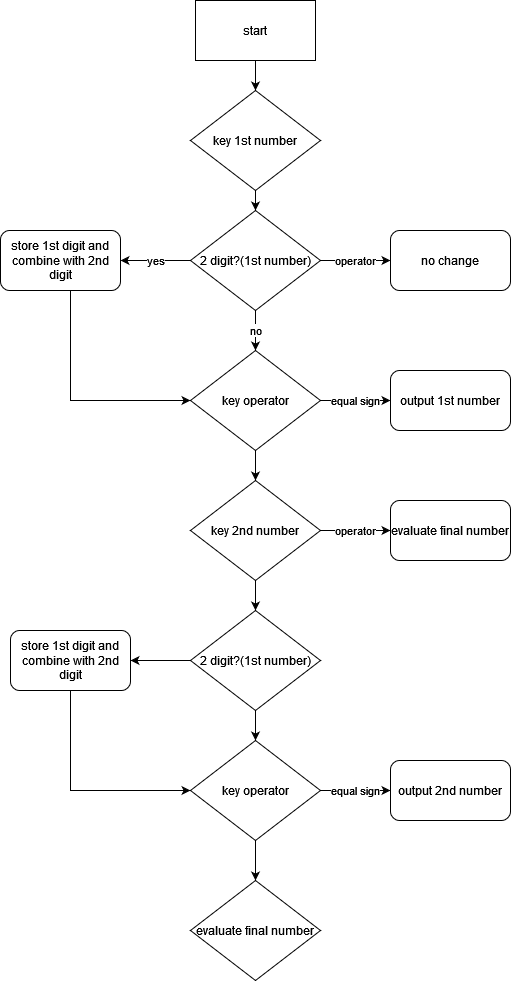
Earlier version of the draw.io export Calculator flowchart.drawio.png (ALdente95/calculator). Source tidied: cells renumbered, new cells last; positions are measured from the earlier drawing's top-left corner, leaving out a move shared by most shapes.
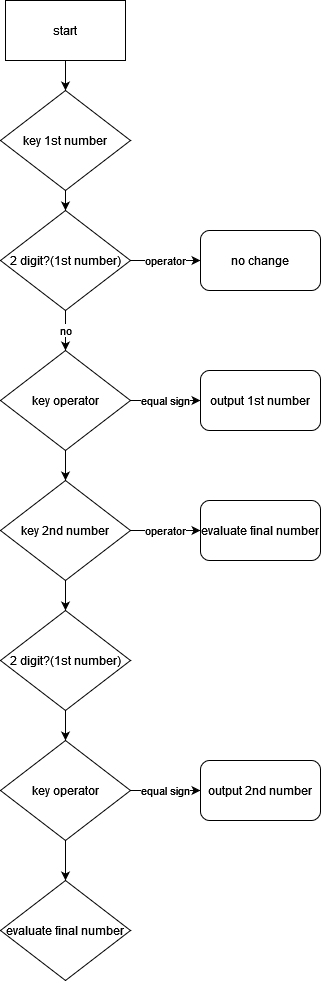
The same file after the commit.

Change to the diagram source:
```diff
@@ -14,9 +14,6 @@
     <mxCell id="5" value="key 1st number" style="rhombus;whiteSpace=wrap;html=1;" parent="1" vertex="1">
       <mxGeometry x="190" y="90" width="130" height="100" as="geometry" />
     </mxCell>
-    <mxCell id="6" value="yes" style="edgeStyle=orthogonalEdgeStyle;rounded=0;jettySize=auto;html=1;entryX=1;entryY=0.5;entryDx=0;entryDy=0;" parent="1" edge="1" source="9" target="11">
-      <mxGeometry relative="1" as="geometry" />
-    </mxCell>
     <mxCell id="7" value="no" style="edgeStyle=orthogonalEdgeStyle;rounded=0;jettySize=auto;html=1;" parent="1" edge="1" source="9" target="14">
       <mxGeometry relative="1" as="geometry" />
     </mxCell>
@@ -26,16 +23,6 @@
     <mxCell id="9" value="2 digit?(1st number)" style="rhombus;whiteSpace=wrap;html=1;" parent="1" vertex="1">
       <mxGeometry x="190" y="210" width="130" height="100" as="geometry" />
     </mxCell>
-    <mxCell id="10" style="edgeStyle=orthogonalEdgeStyle;rounded=0;jettySize=auto;html=1;entryX=0;entryY=0.5;entryDx=0;entryDy=0;" parent="1" edge="1" source="11" target="14">
-      <mxGeometry relative="1" as="geometry">
-        <Array as="points">
-          <mxPoint x="70" y="400" />
-        </Array>
-      </mxGeometry>
-    </mxCell>
-    <mxCell id="11" value="store 1st digit and combine with 2nd digit" style="rounded=1;whiteSpace=wrap;html=1;" parent="1" vertex="1">
-      <mxGeometry y="230" width="120" height="60" as="geometry" />
-    </mxCell>
     <mxCell id="12" value="equal sign" style="edgeStyle=orthogonalEdgeStyle;rounded=0;jettySize=auto;html=1;entryX=0;entryY=0.5;entryDx=0;entryDy=0;" parent="1" edge="1" source="14" target="15">
       <mxGeometry relative="1" as="geometry" />
     </mxCell>
@@ -60,22 +47,9 @@
     <mxCell id="19" style="edgeStyle=orthogonalEdgeStyle;rounded=0;jettySize=auto;html=1;" parent="1" edge="1" source="21" target="26">
       <mxGeometry relative="1" as="geometry" />
     </mxCell>
-    <mxCell id="20" style="edgeStyle=orthogonalEdgeStyle;rounded=0;jettySize=auto;html=1;" parent="1" edge="1" source="21" target="23">
-      <mxGeometry relative="1" as="geometry" />
-    </mxCell>
     <mxCell id="21" value="2 digit?(1st number)" style="rhombus;whiteSpace=wrap;html=1;" parent="1" vertex="1">
       <mxGeometry x="190" y="610" width="130" height="100" as="geometry" />
     </mxCell>
-    <mxCell id="22" style="edgeStyle=orthogonalEdgeStyle;rounded=0;jettySize=auto;html=1;entryX=0;entryY=0.5;entryDx=0;entryDy=0;" parent="1" edge="1" source="23" target="26">
-      <mxGeometry relative="1" as="geometry">
-        <Array as="points">
-          <mxPoint x="70" y="790" />
-        </Array>
-      </mxGeometry>
-    </mxCell>
-    <mxCell id="23" value="store 1st digit and combine with 2nd digit" style="rounded=1;whiteSpace=wrap;html=1;" parent="1" vertex="1">
-      <mxGeometry x="10" y="630" width="120" height="60" as="geometry" />
-    </mxCell>
     <mxCell id="24" value="equal sign" style="edgeStyle=orthogonalEdgeStyle;rounded=0;jettySize=auto;html=1;entryX=0;entryY=0.5;entryDx=0;entryDy=0;" parent="1" edge="1" source="26" target="27">
       <mxGeometry relative="1" as="geometry" />
     </mxCell>
```
